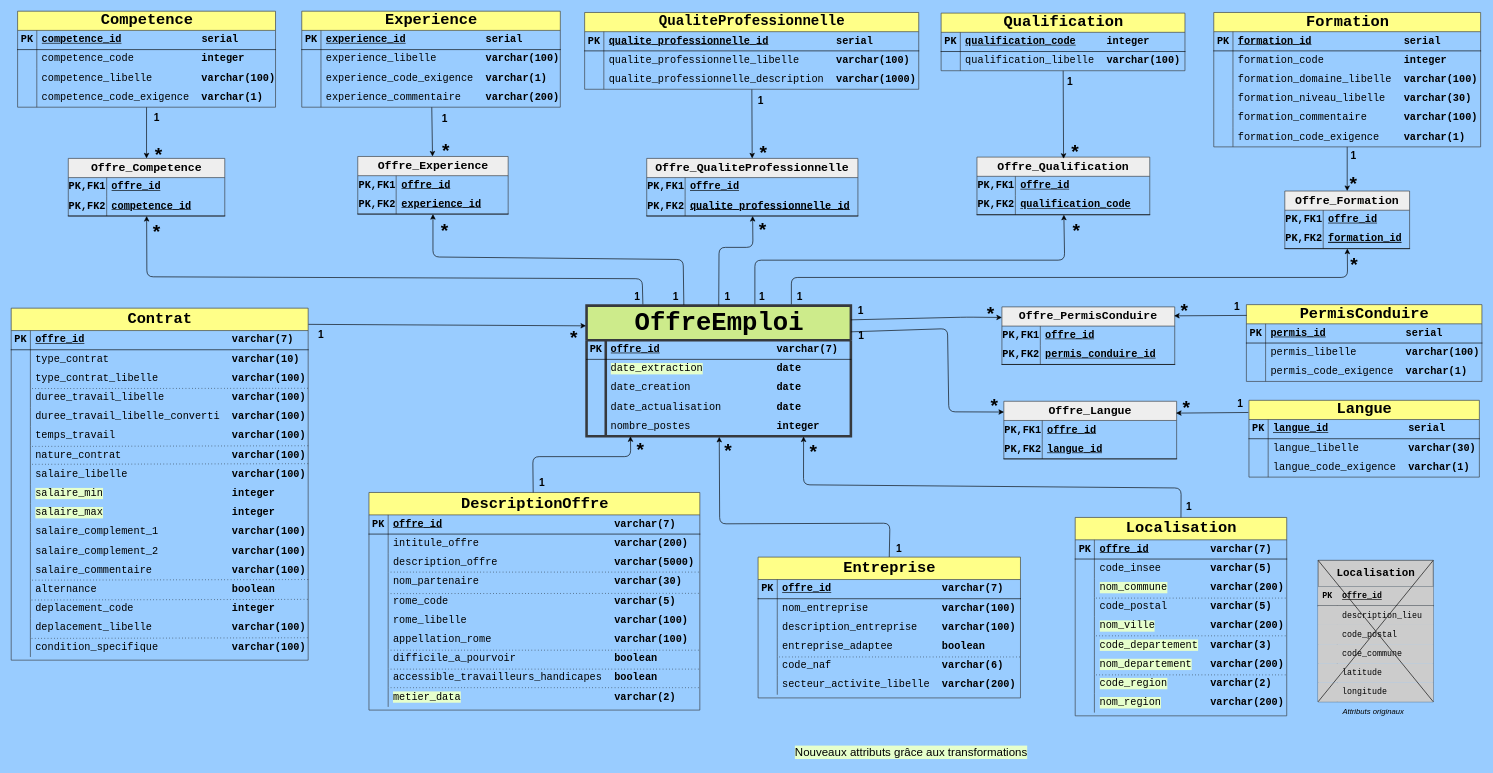
Earlier version of the draw.io diagram load_sql/UML.drawio (vimchun/Job-Market-in-France). Source tidied: cells renumbered, new cells numbered last; positions are measured from the earlier drawing's top-left corner, leaving out a move shared by most shapes. Both pictures are drawn from the tidied source at 64%, with x=0, y=0 at pixel (11, 11).
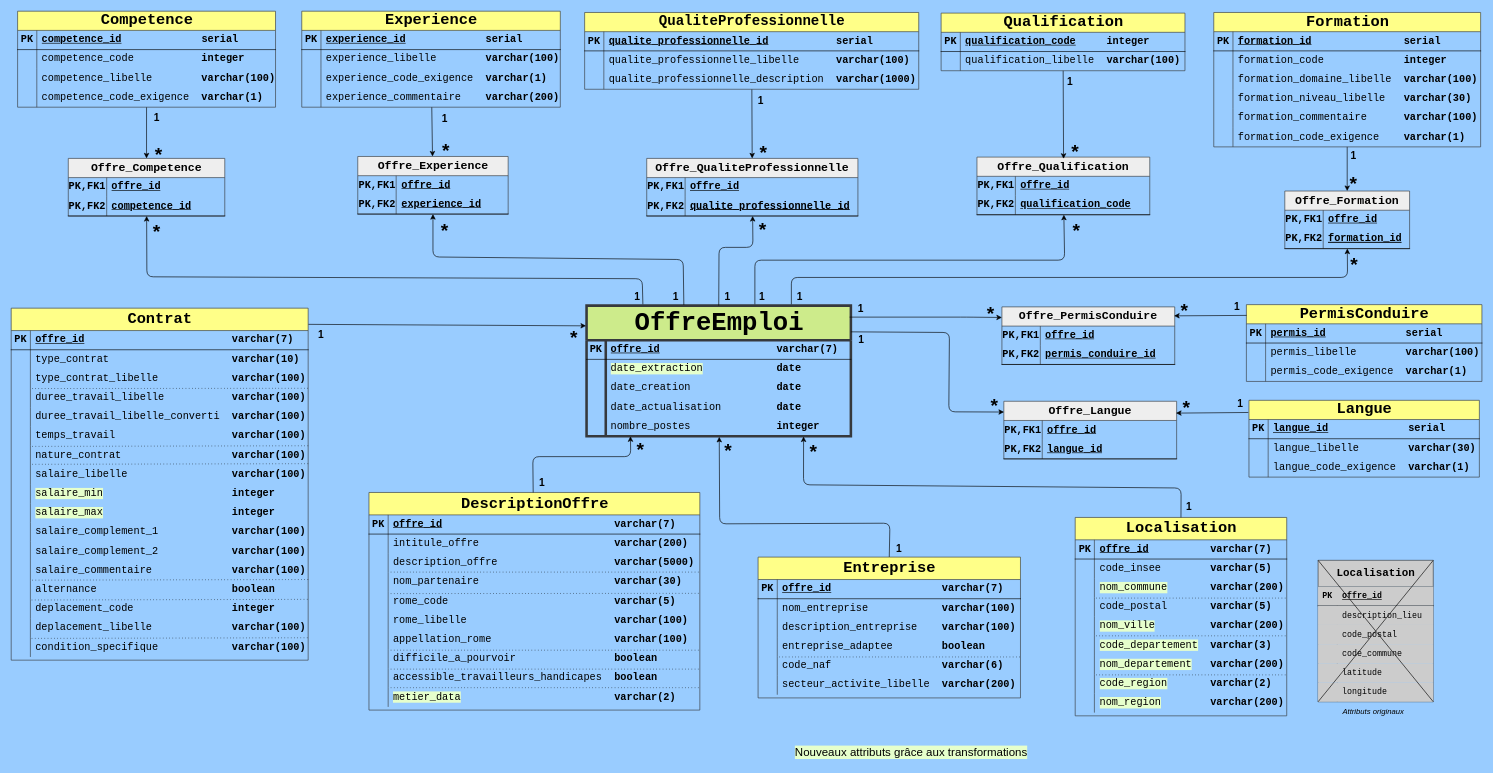
Above is the later version.

Commit message (it also covers changes not shown here):
Power BI : tableaux dans des feuilles à part

Unchanged cells that the change refers to:
```xml
<mxCell id="2" value="&lt;font style=&quot;font-size: 40px;&quot;&gt;OffreEmploi&lt;/font&gt;" style="shape=table;startSize=54;childLayout=tableLayout;rowLines=0;fontStyle=1;align=center;html=1;fillColor=#cdeb8b;strokeColor=#36393d;rounded=0;swimlaneLine=1;shadow=0;fontFamily=Courier New;fontSize=16;textShadow=0;labelBorderColor=none;labelBackgroundColor=none;perimeterSpacing=0;swimlaneFillColor=none;strokeWidth=4;" parent="1" vertex="1">
  <mxGeometry x="899" y="460" width="413" height="204" as="geometry" />
</mxCell>
<mxCell id="141" value="&lt;font style=&quot;font-size: 18px;&quot;&gt;Offre_PermisConduire&lt;/font&gt;" style="shape=table;startSize=30;childLayout=tableLayout;rowLines=0;fontStyle=1;align=center;html=1;whiteSpace=wrap;fillColor=#eeeeee;strokeColor=#36393d;fontFamily=Courier New;fontSize=16;" parent="1" vertex="1">
  <mxGeometry x="1548" y="462" width="270" height="90" as="geometry" />
</mxCell>
```

Diff of the diagram source:
```diff
@@
-    <mxCell id="197" style="edgeStyle=none;rounded=1;jettySize=auto;html=1;entryX=1;entryY=0.109;entryDx=0;entryDy=0;entryPerimeter=0;startArrow=classic;startFill=1;endArrow=none;curved=0;exitX=0;exitY=0.184;exitDx=0;exitDy=0;exitPerimeter=0;" parent="1" edge="1" source="141" target="2">
+    <mxCell id="197" style="edgeStyle=none;rounded=1;jettySize=auto;html=1;startArrow=classic;startFill=1;endArrow=none;curved=0;exitX=0;exitY=0.184;exitDx=0;exitDy=0;exitPerimeter=0;" parent="1" edge="1" source="141">
       <mxGeometry relative="1" as="geometry">
+        <mxPoint x="1310" y="478" as="targetPoint" />
         <Array as="points">
           <mxPoint x="1493" y="478" />
         </Array>
       </mxGeometry>
     </mxCell>
@@
     <mxCell id="309" value="1" style="text;html=1;align=center;verticalAlign=middle;strokeColor=none;fillColor=none;rounded=1;fontStyle=1;fontSize=16;" parent="1" vertex="1">
-      <mxGeometry x="1313" y="451" width="27" height="31" as="geometry" />
+      <mxGeometry x="1313" y="448" width="27" height="31" as="geometry" />
     </mxCell>
     <mxCell id="310" value="1" style="text;html=1;align=center;verticalAlign=middle;strokeColor=none;fillColor=none;rounded=1;fontStyle=1;fontSize=16;" parent="1" vertex="1">
-      <mxGeometry x="1314" y="491" width="27" height="31" as="geometry" />
+      <mxGeometry x="1314" y="497" width="27" height="31" as="geometry" />
     </mxCell>
@@
     <mxCell id="330" style="edgeStyle=none;rounded=1;jettySize=auto;html=1;entryX=1;entryY=0.201;entryDx=0;entryDy=0;entryPerimeter=0;startArrow=classic;startFill=1;endArrow=none;curved=0;exitX=0.976;exitY=0.818;exitDx=0;exitDy=0;exitPerimeter=0;" parent="1" edge="1" target="2">
       <mxGeometry relative="1" as="geometry">
         <mxPoint x="1551.3" y="626.3" as="sourcePoint" />
         <Array as="points">
           <mxPoint x="1465" y="626" />
-          <mxPoint x="1463" y="496" />
+          <mxPoint x="1466" y="502" />
         </Array>
       </mxGeometry>
     </mxCell>
```
